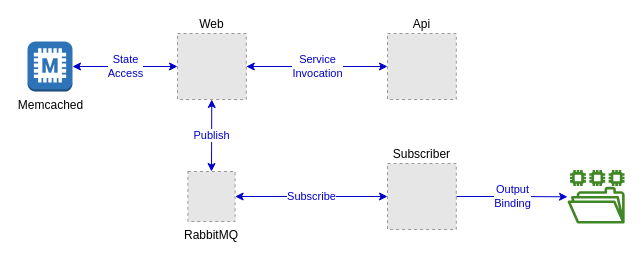
Above: page "Page-2" (2 of 2) of files/DaprDemoApp.drawio in rgvna258/DaprDemoApp (draw.io), before the change. Source tidied: cells renumbered, new cells numbered last; positions are measured from the earlier drawing's top-left corner, leaving out a move shared by most shapes. Both pictures are drawn from the tidied source at 100%, with x=0, y=0 at pixel (27, 33). Pictures stored in the file or linked from it are replaced by grey dashed boxes.
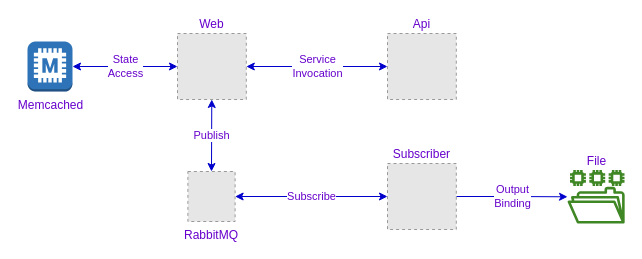
After the change.

Diff of the diagram source:
```diff
@@
 <mxGraphModel>
   <root>
     <mxCell id="0" />
     <mxCell id="1" parent="0" />
-    <mxCell id="2" value="Web" style="fillColor=#E6E6E6;strokeColor=#999999;dashed=1;verticalLabelPosition=top;verticalAlign=bottom;labelPosition=center;align=center;" parent="1" vertex="1">
+    <mxCell id="2" value="Web" style="fillColor=#E6E6E6;strokeColor=#999999;dashed=1;verticalLabelPosition=top;verticalAlign=bottom;labelPosition=center;align=center;fontColor=#6600CC;" parent="1" vertex="1">
       <mxGeometry x="150" width="68.8" height="66" as="geometry" />
     </mxCell>
-    <mxCell id="3" value="Api" style="fillColor=#E6E6E6;strokeColor=#999999;dashed=1;verticalLabelPosition=top;verticalAlign=bottom;labelPosition=center;align=center;" parent="1" vertex="1">
+    <mxCell id="3" value="Api" style="fillColor=#E6E6E6;strokeColor=#999999;dashed=1;verticalLabelPosition=top;verticalAlign=bottom;labelPosition=center;align=center;fontColor=#6600CC;" parent="1" vertex="1">
       <mxGeometry x="360" width="68.8" height="66" as="geometry" />
     </mxCell>
-    <mxCell id="4" value="Output&lt;br&gt;Binding" style="edgeStyle=orthogonalEdgeStyle;rounded=0;jettySize=auto;html=1;strokeColor=#0000CC;fontColor=#0000CC;" parent="1" edge="1" source="5" target="12">
+    <mxCell id="4" value="Output&lt;br&gt;Binding" style="edgeStyle=orthogonalEdgeStyle;rounded=0;jettySize=auto;html=1;strokeColor=#0000CC;fontColor=#6600CC;" parent="1" edge="1" source="5" target="12">
       <mxGeometry relative="1" as="geometry" />
     </mxCell>
-    <mxCell id="5" value="Subscriber" style="fillColor=#E6E6E6;strokeColor=#999999;dashed=1;verticalLabelPosition=top;verticalAlign=bottom;labelPosition=center;align=center;" parent="1" vertex="1">
+    <mxCell id="5" value="Subscriber" style="fillColor=#E6E6E6;strokeColor=#999999;dashed=1;verticalLabelPosition=top;verticalAlign=bottom;labelPosition=center;align=center;fontColor=#6600CC;" parent="1" vertex="1">
       <mxGeometry x="360" y="130" width="68.8" height="66" as="geometry" />
     </mxCell>
-    <mxCell id="6" value="Publish" style="endArrow=classic;startArrow=classic;html=1;rounded=0;exitX=0.5;exitY=0;exitDx=0;exitDy=0;strokeColor=#0000CC;fontColor=#0000CC;" parent="1" edge="1" source="11" target="2">
+    <mxCell id="6" value="Publish" style="endArrow=classic;startArrow=classic;html=1;rounded=0;exitX=0.5;exitY=0;exitDx=0;exitDy=0;strokeColor=#0000CC;fontColor=#6600CC;" parent="1" edge="1" source="11" target="2">
       <mxGeometry relative="1" as="geometry" />
     </mxCell>
-    <mxCell id="7" value="Subscribe" style="endArrow=classic;startArrow=classic;html=1;rounded=0;entryX=0;entryY=0.5;entryDx=0;entryDy=0;fontColor=#0000CC;strokeColor=#0000CC;" parent="1" edge="1" source="11" target="5">
+    <mxCell id="7" value="Subscribe" style="endArrow=classic;startArrow=classic;html=1;rounded=0;entryX=0;entryY=0.5;entryDx=0;entryDy=0;fontColor=#6600CC;strokeColor=#0000CC;" parent="1" edge="1" source="11" target="5">
       <mxGeometry relative="1" as="geometry" />
     </mxCell>
-    <mxCell id="8" value="State&lt;br&gt;Access" style="endArrow=classic;startArrow=classic;html=1;rounded=0;exitX=1;exitY=0.5;exitDx=0;exitDy=0;exitPerimeter=0;entryX=0;entryY=0.5;entryDx=0;entryDy=0;fontColor=#0000CC;strokeColor=#0000CC;" parent="1" edge="1" source="10" target="2">
+    <mxCell id="8" value="State&lt;br&gt;Access" style="endArrow=classic;startArrow=classic;html=1;rounded=0;exitX=1;exitY=0.5;exitDx=0;exitDy=0;exitPerimeter=0;entryX=0;entryY=0.5;entryDx=0;entryDy=0;fontColor=#6600CC;strokeColor=#0000CC;" parent="1" edge="1" source="10" target="2">
       <mxGeometry relative="1" as="geometry" />
     </mxCell>
-    <mxCell id="9" value="Service&lt;br&gt;Invocation" style="endArrow=classic;startArrow=classic;html=1;rounded=0;entryX=0;entryY=0.5;entryDx=0;entryDy=0;exitX=1;exitY=0.5;exitDx=0;exitDy=0;fontColor=#0000CC;strokeColor=#0000CC;" parent="1" edge="1" source="2" target="3">
+    <mxCell id="9" value="Service&lt;br&gt;Invocation" style="endArrow=classic;startArrow=classic;html=1;rounded=0;entryX=0;entryY=0.5;entryDx=0;entryDy=0;exitX=1;exitY=0.5;exitDx=0;exitDy=0;fontColor=#6600CC;strokeColor=#0000CC;" parent="1" edge="1" source="2" target="3">
       <mxGeometry relative="1" as="geometry" />
     </mxCell>
-    <mxCell id="10" value="Memcached" style="outlineConnect=0;dashed=0;verticalLabelPosition=bottom;verticalAlign=top;align=center;html=1;shape=mxgraph.aws3.memcached;fillColor=#2E73B8;gradientColor=none;" parent="1" vertex="1">
+    <mxCell id="10" value="Memcached" style="outlineConnect=0;dashed=0;verticalLabelPosition=bottom;verticalAlign=top;align=center;html=1;shape=mxgraph.aws3.memcached;fillColor=#2E73B8;gradientColor=none;fontColor=#6600CC;" parent="1" vertex="1">
       <mxGeometry y="8" width="45" height="50" as="geometry" />
     </mxCell>
-    <mxCell id="11" value="RabbitMQ" style="fillColor=#E6E6E6;strokeColor=#999999;dashed=1;verticalLabelPosition=bottom;verticalAlign=top;" parent="1" vertex="1">
+    <mxCell id="11" value="RabbitMQ" style="fillColor=#E6E6E6;strokeColor=#999999;dashed=1;verticalLabelPosition=bottom;verticalAlign=top;fontColor=#6600CC;" parent="1" vertex="1">
       <mxGeometry x="160.4" y="138" width="47.2" height="50" as="geometry" />
     </mxCell>
-    <mxCell id="12" style="sketch=0;outlineConnect=0;fontColor=#232F3E;gradientColor=none;fillColor=#3F8624;strokeColor=none;dashed=0;verticalLabelPosition=bottom;verticalAlign=top;align=center;html=1;fontSize=12;fontStyle=0;shape=mxgraph.aws4.file_system;" parent="1" vertex="1">
+    <mxCell id="12" value="File" style="sketch=0;outlineConnect=0;fontColor=#6600CC;gradientColor=none;fillColor=#3F8624;strokeColor=none;dashed=0;verticalLabelPosition=top;verticalAlign=bottom;align=center;html=1;fontSize=12;fontStyle=0;shape=mxgraph.aws4.file_system;labelPosition=center;" parent="1" vertex="1">
       <mxGeometry x="540" y="136.5" width="57.2" height="53.5" as="geometry" />
     </mxCell>
   </root>
 </mxGraphModel>
```
